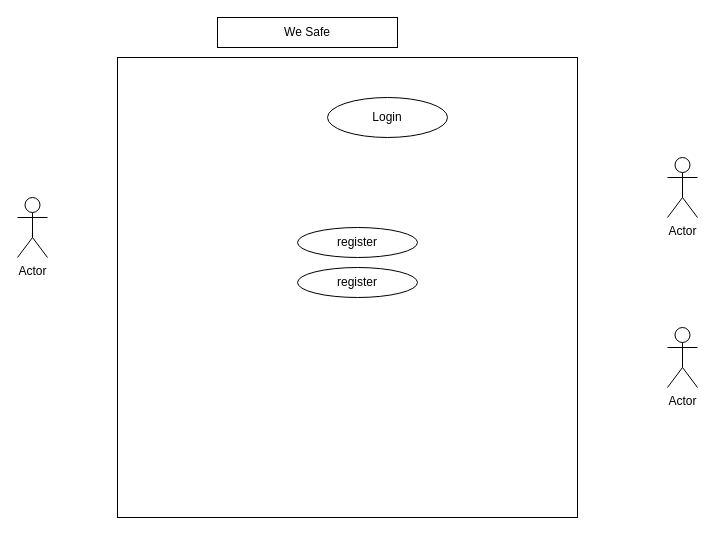
Before: Untitled Diagram.drawio in GetachewTebikew/getach1, a draw.io diagram. Source tidied: cells renumbered, new cells numbered last; positions are measured from the earlier drawing's top-left corner, leaving out a move shared by most shapes. Both pictures are drawn from the tidied source at 100%, with x=0, y=0 at pixel (17, 17).
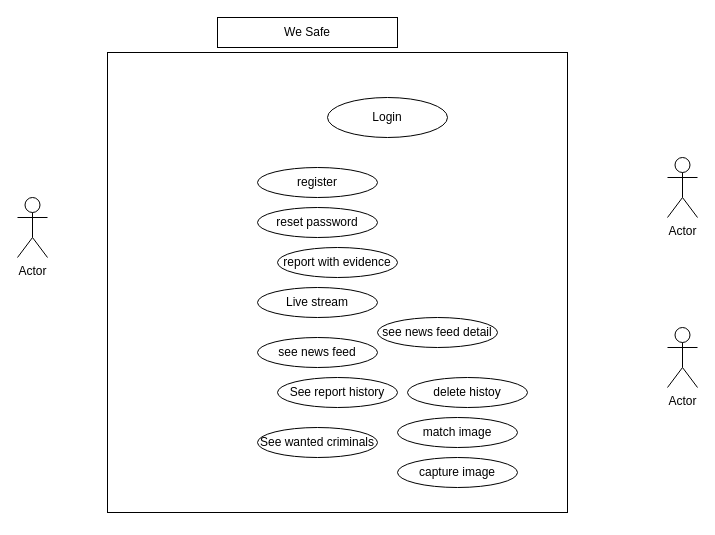
After the change.

What changed in the source:
```diff
@@
 <mxGraphModel>
   <root>
     <mxCell id="0" />
     <mxCell id="1" parent="0" />
     <mxCell id="2" value="Actor" style="shape=umlActor;verticalLabelPosition=bottom;verticalAlign=top;html=1;" parent="1" vertex="1">
       <mxGeometry y="180" width="30" height="60" as="geometry" />
     </mxCell>
     <mxCell id="3" value="Actor" style="shape=umlActor;verticalLabelPosition=bottom;verticalAlign=top;html=1;" parent="1" vertex="1">
       <mxGeometry x="650" y="140" width="30" height="60" as="geometry" />
     </mxCell>
     <mxCell id="4" style="whiteSpace=wrap;html=1;" parent="1" vertex="1">
-      <mxGeometry x="100" y="40" width="460" height="460" as="geometry" />
+      <mxGeometry x="90" y="35" width="460" height="460" as="geometry" />
     </mxCell>
     <mxCell id="5" value="We Safe" style="rounded=0;whiteSpace=wrap;html=1;" parent="1" vertex="1">
       <mxGeometry x="200" width="180" height="30" as="geometry" />
     </mxCell>
     <mxCell id="6" value="Login" style="ellipse;whiteSpace=wrap;html=1;" parent="1" vertex="1">
       <mxGeometry x="310" y="80" width="120" height="40" as="geometry" />
     </mxCell>
     <mxCell id="7" value="register" style="ellipse;whiteSpace=wrap;html=1;" parent="1" vertex="1">
-      <mxGeometry x="280" y="210" width="120" height="30" as="geometry" />
+      <mxGeometry x="240" y="150" width="120" height="30" as="geometry" />
     </mxCell>
     <mxCell id="8" value="Actor" style="shape=umlActor;verticalLabelPosition=bottom;verticalAlign=top;html=1;" parent="1" vertex="1">
       <mxGeometry x="650" y="310" width="30" height="60" as="geometry" />
     </mxCell>
-    <mxCell id="9" value="register" style="ellipse;whiteSpace=wrap;html=1;" parent="1" vertex="1">
-      <mxGeometry x="280" y="250" width="120" height="30" as="geometry" />
+    <mxCell id="9" value="report with evidence" style="ellipse;whiteSpace=wrap;html=1;" parent="1" vertex="1">
+      <mxGeometry x="260" y="230" width="120" height="30" as="geometry" />
     </mxCell>
+    <mxCell id="10" value="Live stream" style="ellipse;whiteSpace=wrap;html=1;" parent="1" vertex="1">
+      <mxGeometry x="240" y="270" width="120" height="30" as="geometry" />
+    </mxCell>
+    <mxCell id="11" value="reset password" style="ellipse;whiteSpace=wrap;html=1;" parent="1" vertex="1">
+      <mxGeometry x="240" y="190" width="120" height="30" as="geometry" />
+    </mxCell>
+    <mxCell id="12" value="see news feed" style="ellipse;whiteSpace=wrap;html=1;" parent="1" vertex="1">
+      <mxGeometry x="240" y="320" width="120" height="30" as="geometry" />
+    </mxCell>
+    <mxCell id="13" value="See report history" style="ellipse;whiteSpace=wrap;html=1;" parent="1" vertex="1">
+      <mxGeometry x="260" y="360" width="120" height="30" as="geometry" />
+    </mxCell>
+    <mxCell id="14" value="delete histoy" style="ellipse;whiteSpace=wrap;html=1;" parent="1" vertex="1">
+      <mxGeometry x="390" y="360" width="120" height="30" as="geometry" />
+    </mxCell>
+    <mxCell id="15" value="See wanted criminals" style="ellipse;whiteSpace=wrap;html=1;" parent="1" vertex="1">
+      <mxGeometry x="240" y="410" width="120" height="30" as="geometry" />
+    </mxCell>
+    <mxCell id="16" value="see news feed detail" style="ellipse;whiteSpace=wrap;html=1;" parent="1" vertex="1">
+      <mxGeometry x="360" y="300" width="120" height="30" as="geometry" />
+    </mxCell>
+    <mxCell id="17" value="match image" style="ellipse;whiteSpace=wrap;html=1;" parent="1" vertex="1">
+      <mxGeometry x="380" y="400" width="120" height="30" as="geometry" />
+    </mxCell>
+    <mxCell id="18" value="capture image" style="ellipse;whiteSpace=wrap;html=1;" parent="1" vertex="1">
+      <mxGeometry x="380" y="440" width="120" height="30" as="geometry" />
+    </mxCell>
   </root>
 </mxGraphModel>
```
